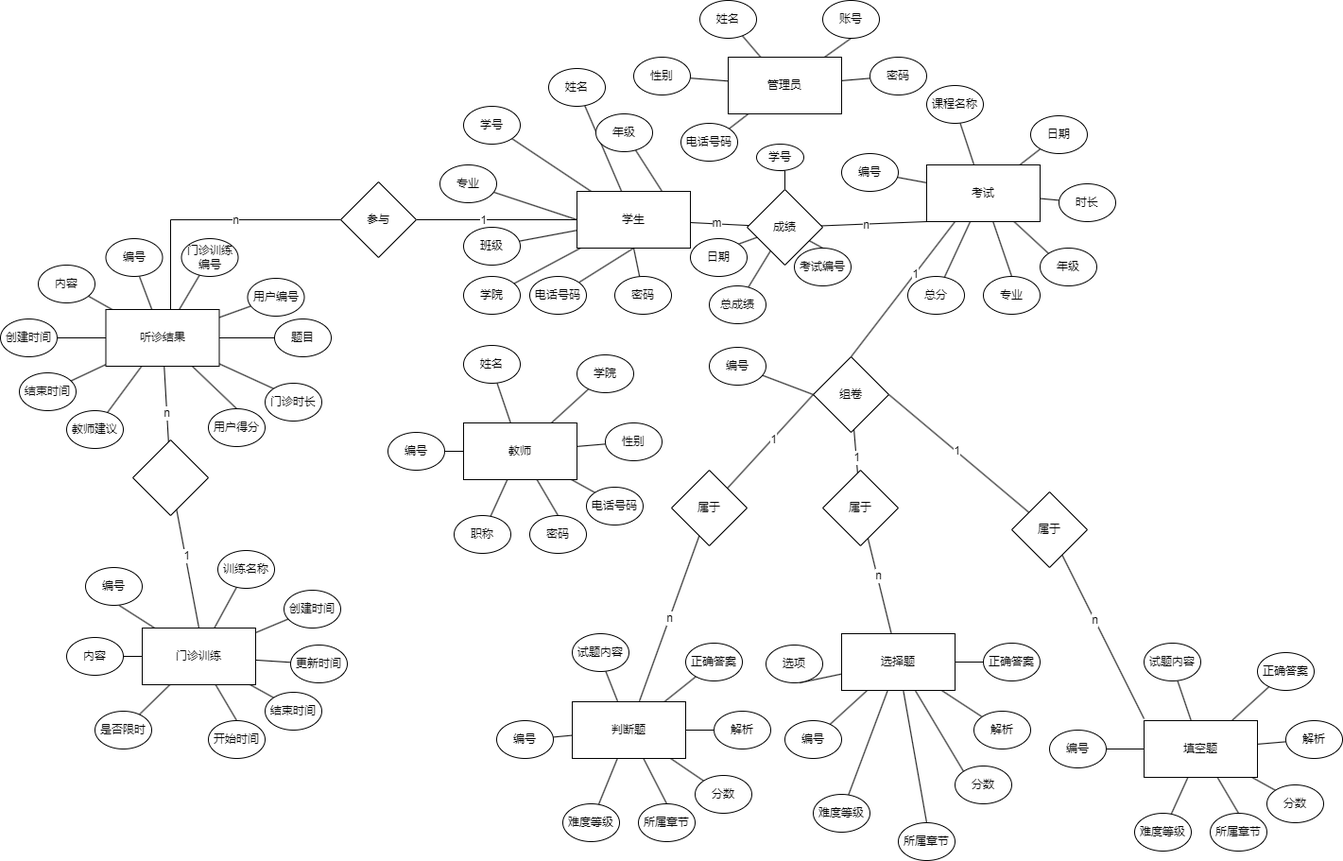
Earlier version of the draw.io export 全局ER图.drawio.png (JackeyTower/pic-work). Source tidied: cells renumbered, new cells last; positions are measured from the earlier drawing's top-left corner, leaving out a move shared by most shapes.
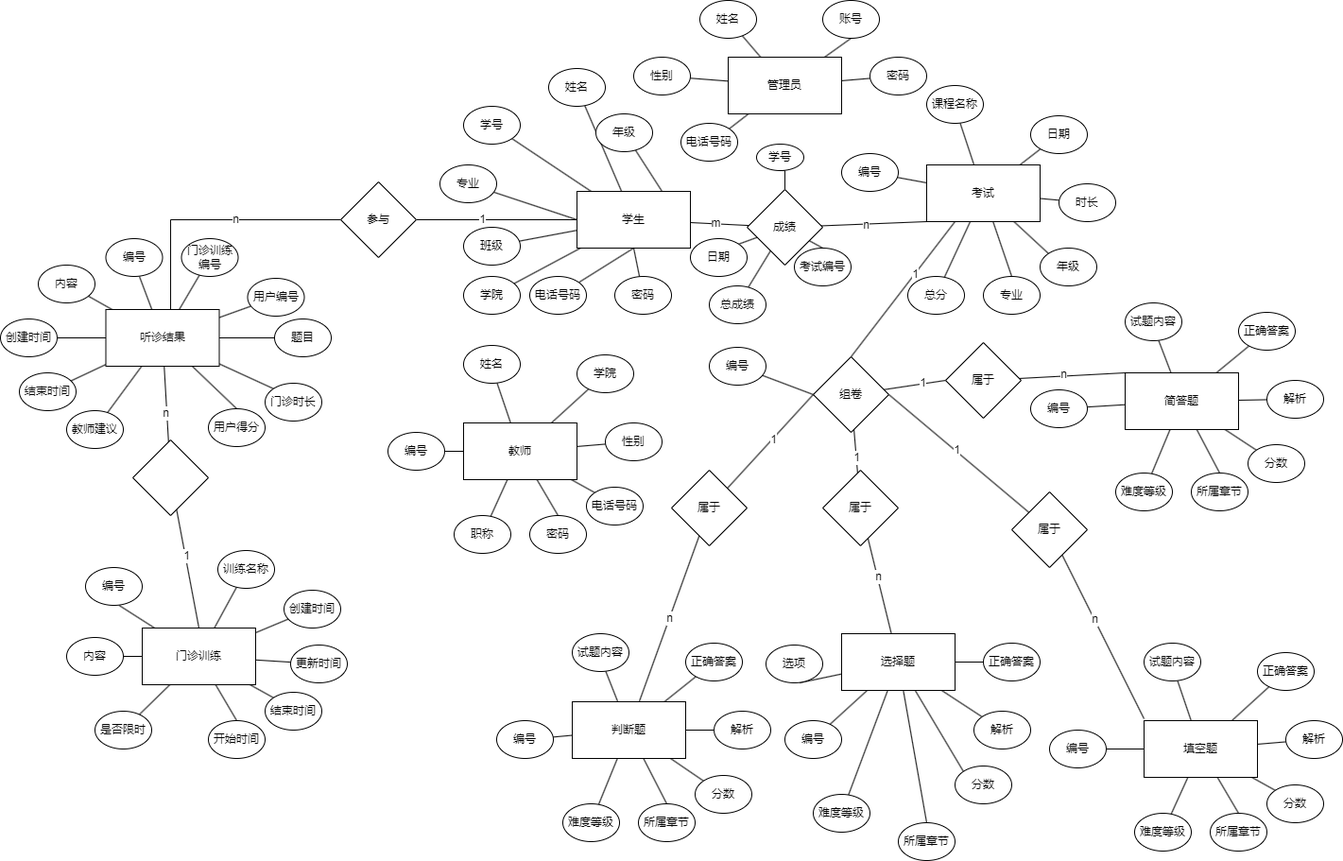
After the change.

Commit message:
更新全局ER图.drawio.png

Change to the diagram source:
```diff
@@ -91,6 +91,12 @@
     <mxCell id="30" value="属于" style="rhombus;whiteSpace=wrap;html=1;" parent="1" vertex="1">
       <mxGeometry x="1070" y="520" width="80" height="80" as="geometry" />
     </mxCell>
+    <mxCell id="185" style="rounded=0;jettySize=auto;html=1;entryX=0;entryY=0.5;entryDx=0;entryDy=0;endArrow=none;endFill=0;" parent="1" edge="1" source="31" target="204">
+      <mxGeometry relative="1" as="geometry" />
+    </mxCell>
+    <mxCell id="186" value="1" style="edgeLabel;html=1;align=center;verticalAlign=middle;" parent="185" vertex="1">
+      <mxGeometry x="0.26" y="1" relative="1" as="geometry" />
+    </mxCell>
     <mxCell id="31" value="组卷" style="rhombus;whiteSpace=wrap;html=1;" parent="1" vertex="1">
       <mxGeometry x="860" y="377" width="80" height="80" as="geometry" />
     </mxCell>
@@ -557,5 +563,59 @@
     <mxCell id="184" value="参与" style="rhombus;whiteSpace=wrap;html=1;" parent="1" vertex="1">
       <mxGeometry x="360" y="192" width="80" height="80" as="geometry" />
     </mxCell>
+    <mxCell id="187" style="rounded=0;jettySize=auto;html=1;endArrow=none;endFill=0;entryX=0.592;entryY=1;entryDx=0;entryDy=0;entryPerimeter=0;" parent="1" edge="1" source="194" target="196">
+      <mxGeometry relative="1" as="geometry" />
+    </mxCell>
+    <mxCell id="188" style="rounded=0;jettySize=auto;html=1;endArrow=none;endFill=0;" parent="1" edge="1" source="194" target="198">
+      <mxGeometry relative="1" as="geometry" />
+    </mxCell>
+    <mxCell id="189" style="rounded=0;jettySize=auto;html=1;endArrow=none;endFill=0;" parent="1" edge="1" source="194" target="195">
+      <mxGeometry relative="1" as="geometry" />
+    </mxCell>
+    <mxCell id="190" style="rounded=0;jettySize=auto;html=1;endArrow=none;endFill=0;" parent="1" edge="1" source="194" target="197">
+      <mxGeometry relative="1" as="geometry" />
+    </mxCell>
+    <mxCell id="191" style="rounded=0;jettySize=auto;html=1;endArrow=none;endFill=0;" parent="1" edge="1" source="194" target="201">
+      <mxGeometry relative="1" as="geometry" />
+    </mxCell>
+    <mxCell id="192" style="rounded=0;jettySize=auto;html=1;entryX=0.5;entryY=0;entryDx=0;entryDy=0;endArrow=none;endFill=0;" parent="1" edge="1" source="194" target="200">
+      <mxGeometry relative="1" as="geometry" />
+    </mxCell>
+    <mxCell id="193" style="rounded=0;jettySize=auto;html=1;entryX=0;entryY=0;entryDx=0;entryDy=0;endArrow=none;endFill=0;" parent="1" edge="1" source="194" target="199">
+      <mxGeometry relative="1" as="geometry" />
+    </mxCell>
+    <mxCell id="194" value="简答题" style="rounded=0;whiteSpace=wrap;html=1;" parent="1" vertex="1">
+      <mxGeometry x="1190" y="394" width="120" height="60" as="geometry" />
+    </mxCell>
+    <mxCell id="195" value="正确答案" style="ellipse;whiteSpace=wrap;html=1;" parent="1" vertex="1">
+      <mxGeometry x="1310" y="330" width="60" height="40" as="geometry" />
+    </mxCell>
+    <mxCell id="196" value="试题内容" style="ellipse;whiteSpace=wrap;html=1;" parent="1" vertex="1">
+      <mxGeometry x="1190" y="320" width="60" height="40" as="geometry" />
+    </mxCell>
+    <mxCell id="197" value="编号" style="ellipse;whiteSpace=wrap;html=1;" parent="1" vertex="1">
+      <mxGeometry x="1090" y="412" width="60" height="40" as="geometry" />
+    </mxCell>
+    <mxCell id="198" value="解析" style="ellipse;whiteSpace=wrap;html=1;" parent="1" vertex="1">
+      <mxGeometry x="1340" y="402" width="60" height="40" as="geometry" />
+    </mxCell>
+    <mxCell id="199" value="分数" style="ellipse;whiteSpace=wrap;html=1;" parent="1" vertex="1">
+      <mxGeometry x="1320" y="470" width="60" height="40" as="geometry" />
+    </mxCell>
+    <mxCell id="200" value="所属章节" style="ellipse;whiteSpace=wrap;html=1;" parent="1" vertex="1">
+      <mxGeometry x="1260" y="500" width="60" height="40" as="geometry" />
+    </mxCell>
+    <mxCell id="201" value="难度等级" style="ellipse;whiteSpace=wrap;html=1;" parent="1" vertex="1">
+      <mxGeometry x="1180" y="500" width="60" height="40" as="geometry" />
+    </mxCell>
+    <mxCell id="202" style="rounded=0;jettySize=auto;html=1;entryX=0;entryY=0;entryDx=0;entryDy=0;endArrow=none;endFill=0;" parent="1" edge="1" source="204" target="194">
+      <mxGeometry relative="1" as="geometry" />
+    </mxCell>
+    <mxCell id="203" value="n" style="edgeLabel;html=1;align=center;verticalAlign=middle;" parent="202" vertex="1">
+      <mxGeometry x="-0.16" y="2" relative="1" as="geometry" />
+    </mxCell>
+    <mxCell id="204" value="属于" style="rhombus;whiteSpace=wrap;html=1;" parent="1" vertex="1">
+      <mxGeometry x="1000" y="362" width="80" height="80" as="geometry" />
+    </mxCell>
   </root>
 </mxGraphModel>
```
